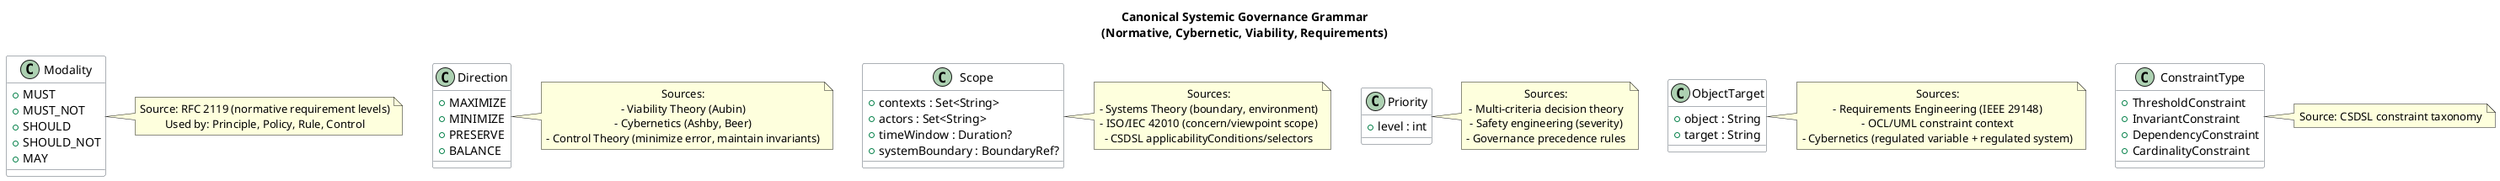
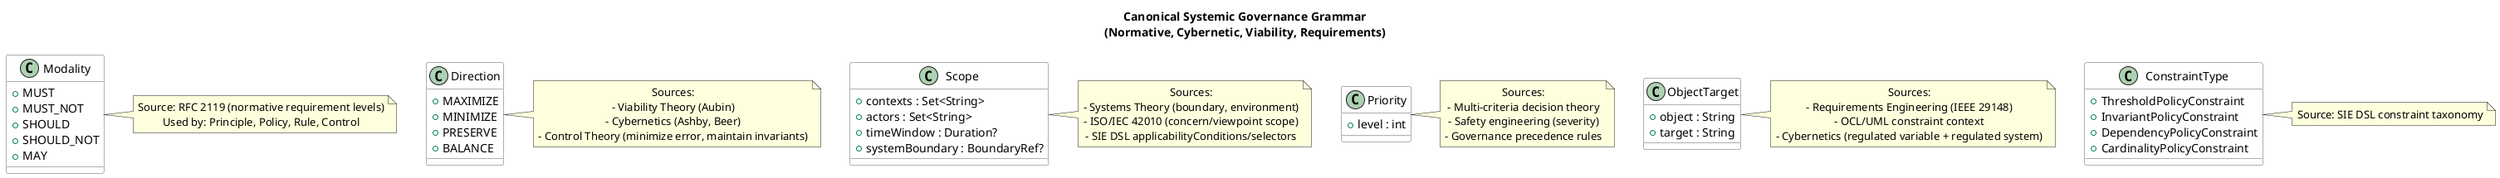
@startuml CSDM-Systemic-Governance-Grammar

skinparam linetype ortho
skinparam classBackgroundColor #FFFFFF
skinparam classBorderColor #57606A
skinparam defaultTextAlignment center

title
  Canonical Systemic Governance Grammar
  (Normative, Cybernetic, Viability, Requirements)
end title

' ============================================================
' CORE NORMATIVE STRUCTURES
' ============================================================

class Modality {
  +MUST
  +MUST_NOT
  +SHOULD
  +SHOULD_NOT
  +MAY
}

note right of Modality
  Source: RFC 2119 (normative requirement levels)
  Used by: Principle, Policy, Rule, Control
end note

class Direction {
  +MAXIMIZE
  +MINIMIZE
  +PRESERVE
  +BALANCE
}

note right of Direction
  Sources:
  - Viability Theory (Aubin)
  - Cybernetics (Ashby, Beer)
  - Control Theory (minimize error, maintain invariants)
end note

class Scope {
  +contexts : Set<String>
  +actors : Set<String>
  +timeWindow : Duration?
  +systemBoundary : BoundaryRef?
}

note right of Scope
  Sources:
  - Systems Theory (boundary, environment)
  - ISO/IEC 42010 (concern/viewpoint scope)
-   - CSDSL applicabilityConditions/selectors
+   - SIE DSL applicabilityConditions/selectors
end note

class Priority {
  +level : int
}

note right of Priority
  Sources:
  - Multi-criteria decision theory
  - Safety engineering (severity)
  - Governance precedence rules
end note

class ObjectTarget {
  +object : String
  +target : String
}

note right of ObjectTarget
  Sources:
  - Requirements Engineering (IEEE 29148)
  - OCL/UML constraint context
  - Cybernetics (regulated variable + regulated system)
end note

class ConstraintType {
-   +ThresholdConstraint
-   +InvariantConstraint
-   +DependencyConstraint
-   +CardinalityConstraint
+   +ThresholdPolicyConstraint
+   +InvariantPolicyConstraint
+   +DependencyPolicyConstraint
+   +CardinalityPolicyConstraint
}

note right of ConstraintType
-   Source: CSDSL constraint taxonomy
+   Source: SIE DSL constraint taxonomy
end note

@enduml

@startuml CSDM-Primitive-Structural-Mapping

skinparam linetype ortho
skinparam classBackgroundColor #FFFFFF
skinparam classBorderColor #57606A
skinparam defaultTextAlignment left

title
  Mapping Canonical Governance Grammar
  → CSDM SystemicPrimitive Subtypes
end title

' ============================================================
' CONSTITUTIVE PRIMITIVES
' ============================================================

class Principle {
  +object : String
  +target : String
  +modality : Modality
  +direction : Direction
  +scope : Scope
  +priority : Priority
  +description : String
}

class Purpose {
  +goalObjects : Set<String>
  +scope : Scope
  +priority : Priority
}

class Capacity {
  +object : String
  +scope : Scope
}

class Boundary {
  +spatial : String?
  +organizational : String?
  +temporal : String?
}

class System {
  +boundary : Boundary
  +purposes : Purpose[]
  +capacities : Capacity[]
  +principles : Principle[]
}

class Subsystem {
  +parentSystemId : UUID
  +boundary : Boundary
}

class Dependency {
  +sourceSystemId : UUID
  +targetSystemId : UUID
  +type : String
  +criticality : Priority
}

' ============================================================
' GOVERNANCE ARTIFACTS (PPRC)
' ============================================================

class Policy {
  +object : String
  +target : String
  +modality : Modality
  +direction : Direction
  +scope : Scope
  +constraint : ConstraintType
  +applicabilityConditions : LogicalExpression
  +linkedPrincipleIds : Set<UUID>
  +priority : Priority
}

class FunctionalPolicy
class StructuralPolicy
class ViabilityPolicy

Policy <|-- FunctionalPolicy
Policy <|-- StructuralPolicy
Policy <|-- ViabilityPolicy

class Rule {
  +applicabilityConditions : LogicalExpression
  +iterationConditions : LogicalExpression
  +linkedPolicyIds : Set<UUID>
  +priority : Priority
}

class Control {
  +applicabilityConditions : LogicalExpression
  +iterationConditions : LogicalExpression
  +effectorMapping : SourceMappingExpression
  +linkedRuleIds : Set<UUID>
}

' ============================================================
' ORGANIZATIONAL PRIMITIVES (GRS&CO)
' ============================================================

class Governor {
  +principles : Principle[]
}

class Regulator {
  +policies : Policy[]
}

class Supervisor {
  +rules : Rule[]
}

class Coordinator {
  +interactionPatterns : InteractionPattern[]
}

class Operator {
  +controls : Control[]
}

' ============================================================
' STRUCTURAL / FUNCTIONAL PRIMITIVES
' ============================================================

class Function {
  +object : String
  +scope : Scope
}

class Mechanism {
  +role : String  <<Governor/Regulator/Supervisor/Coordinator/Operator>>
  +boundFunctions : Function[]
}

class Interface {
  +contract : String
  +scope : Scope
}

class StateObject {
  +schema : ArchetypeSchema
}

class EventArchetype {
  +schema : ArchetypeSchema
}

class StateObjectArchetype {
  +schema : ArchetypeSchema
}

' ============================================================
' CYBERNETIC PRIMITIVES
' ============================================================

class FeedbackLoop {
  +regulatedObject : String
  +direction : Direction
  +scope : Scope
}

class ViabilityEnvelope {
  +stateConstraints : ConstraintType[]
  +scope : Scope
  +priority : Priority
}

class InteractionPattern {
  +participants : Mechanism[]
  +protocol : String
  +scope : Scope
}

@enduml